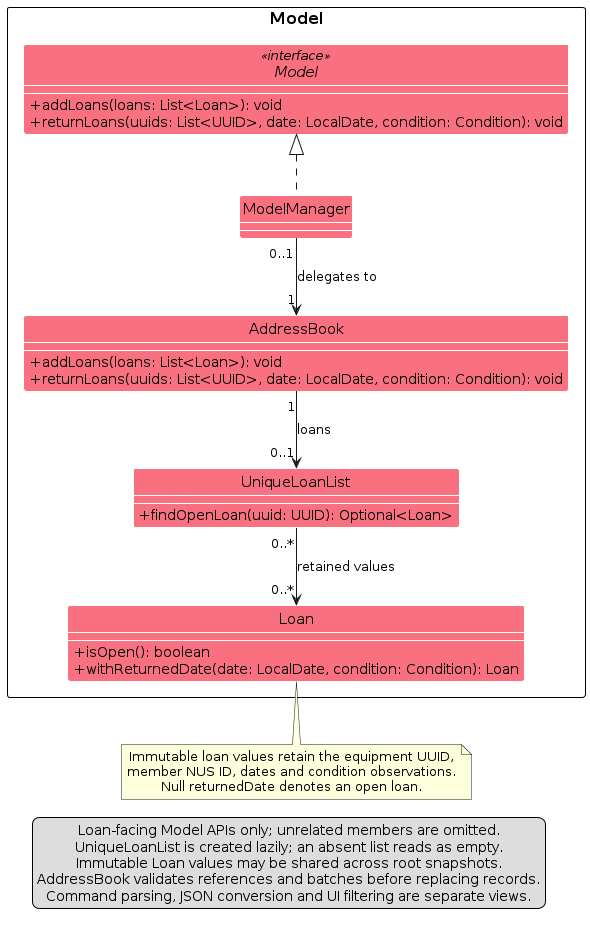
The PlantUML diagram diagrams/LoanWorkflowClassDiagram.png in AY2627S1-CS2103T-F15-2/tp, before a commit. Its source is kept beside it as diagrams/LoanWorkflowClassDiagram.puml. The source it was exported from:
```plantuml
@startuml
!include style.puml
skinparam classAttributeIconSize 0
skinparam ArrowFontStyle plain
skinparam classBackgroundColor MODEL_COLOR_T1
skinparam classFontColor black
skinparam classStereotypeFontColor black
show members
package Model {
  interface "Model" as LoanModel <<interface>> {
    + addLoans(loans: List<Loan>): void
    + returnLoans(uuids: List<UUID>, date: LocalDate, condition: Condition): void
  }
  class ModelManager
  class AddressBook {
    + addLoans(loans: List<Loan>): void
    + returnLoans(uuids: List<UUID>, date: LocalDate, condition: Condition): void
  }
  class UniqueLoanList {
    + findOpenLoan(uuid: UUID): Optional<Loan>
  }
  class Loan {
    + isOpen(): boolean
    + withReturnedDate(date: LocalDate, condition: Condition): Loan
  }
}
ModelManager .up.|> LoanModel
ModelManager "0..1" --> "1" AddressBook : delegates to
AddressBook "1" --> "0..1" UniqueLoanList : loans
UniqueLoanList "0..*" --> "0..*" Loan : retained values
note bottom of Loan
  Immutable loan values retain the equipment UUID,
  member NUS ID, dates and condition observations.
  Null returnedDate denotes an open loan.
end note
legend bottom
  Loan-facing Model APIs only; unrelated members are omitted.
  UniqueLoanList is created lazily; an absent list reads as empty.
  Immutable Loan values may be shared across root snapshots.
  AddressBook validates references and batches before replacing records.
  Command parsing, JSON conversion and UI filtering are separate views.
endlegend
@enduml
```
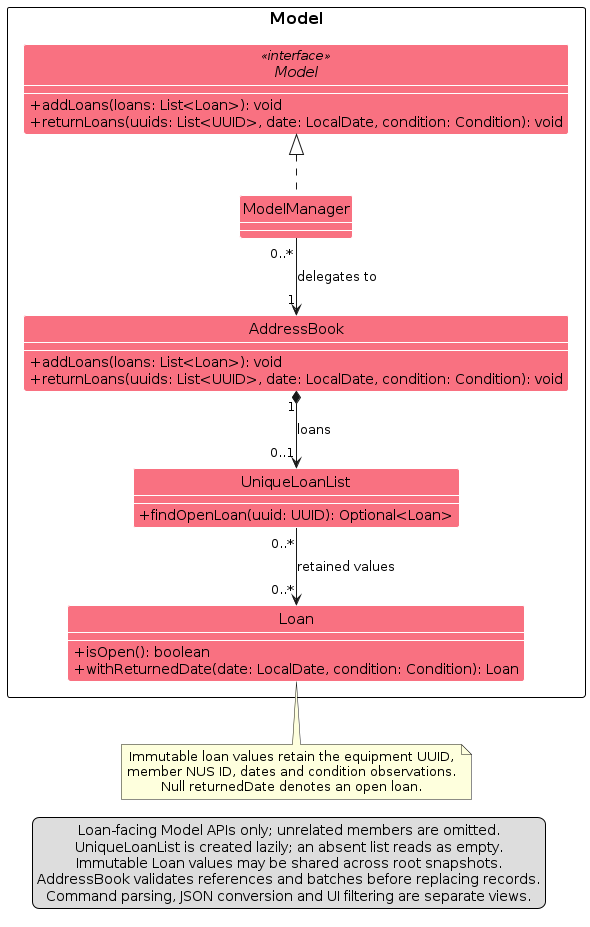
Later version of the same file.

What changed in the source:
```diff
@@ -25,8 +25,8 @@
   }
 }
 ModelManager .up.|> LoanModel
-ModelManager "0..1" --> "1" AddressBook : delegates to
-AddressBook "1" --> "0..1" UniqueLoanList : loans
+ModelManager "0..*" --> "1" AddressBook : delegates to
+AddressBook "1" *--> "0..1" UniqueLoanList : loans
 UniqueLoanList "0..*" --> "0..*" Loan : retained values
 note bottom of Loan
   Immutable loan values retain the equipment UUID,
```
